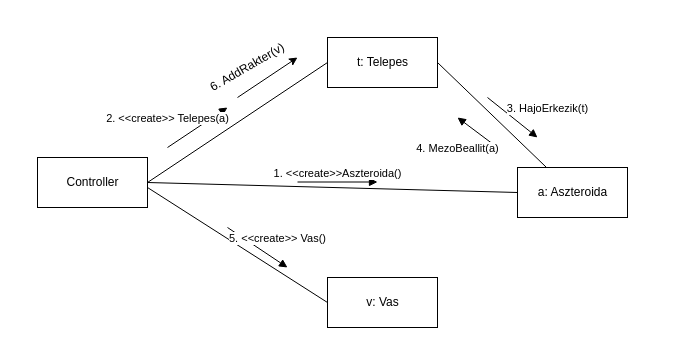
Earlier version of the draw.io diagram doc/kommunikacio/kom_VasLerak.drawio (torpeBoiGo/aszteroidabanyaszat). Source tidied: cells renumbered, new cells numbered last; positions are measured from the earlier drawing's top-left corner, leaving out a move shared by most shapes. Both pictures are drawn from the tidied source at 100%, with x=0, y=0 at pixel (37, 37).
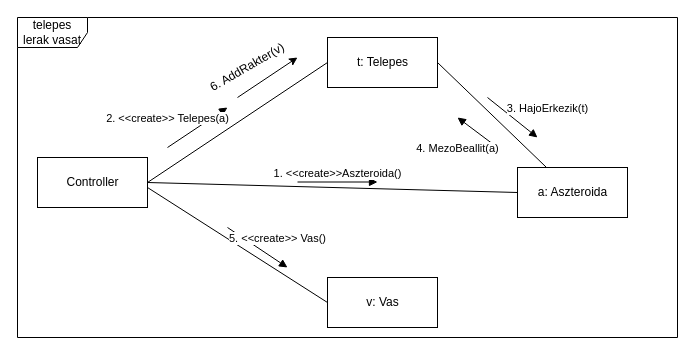
The same page after the edit.

The edit, as a diff of the source:
```diff
@@
+    <mxCell id="17" value="telepes lerak vasat" style="shape=umlFrame;whiteSpace=wrap;html=1;width=70;height=30;" parent="1" vertex="1">
+      <mxGeometry x="-20" y="-20" width="660" height="320" as="geometry" />
+    </mxCell>
```
